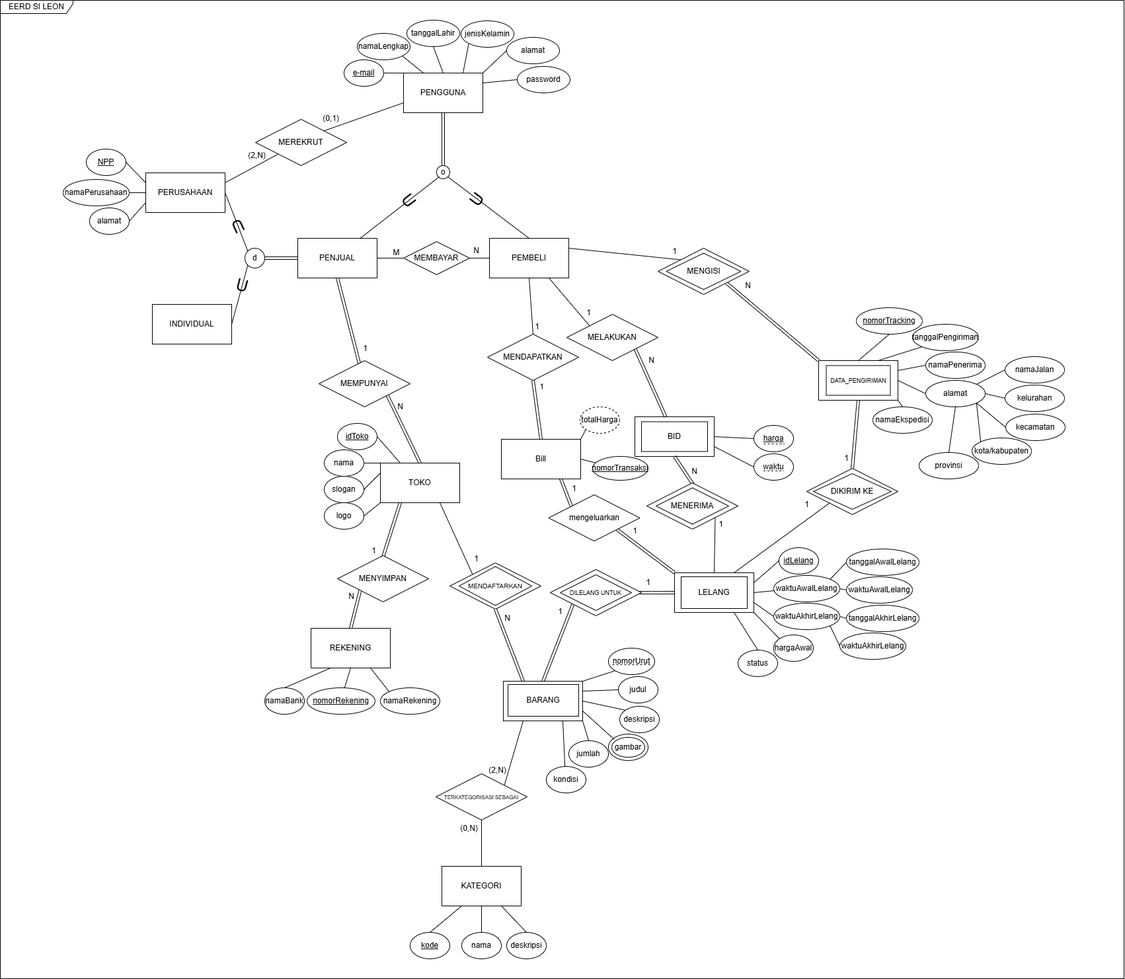
Before: ti1_basdat.drawio.png, a diagram exported from draw.io (anthef/anthef). Source tidied: cells renumbered, new cells last; positions are measured from the earlier drawing's top-left corner, leaving out a move shared by most shapes.
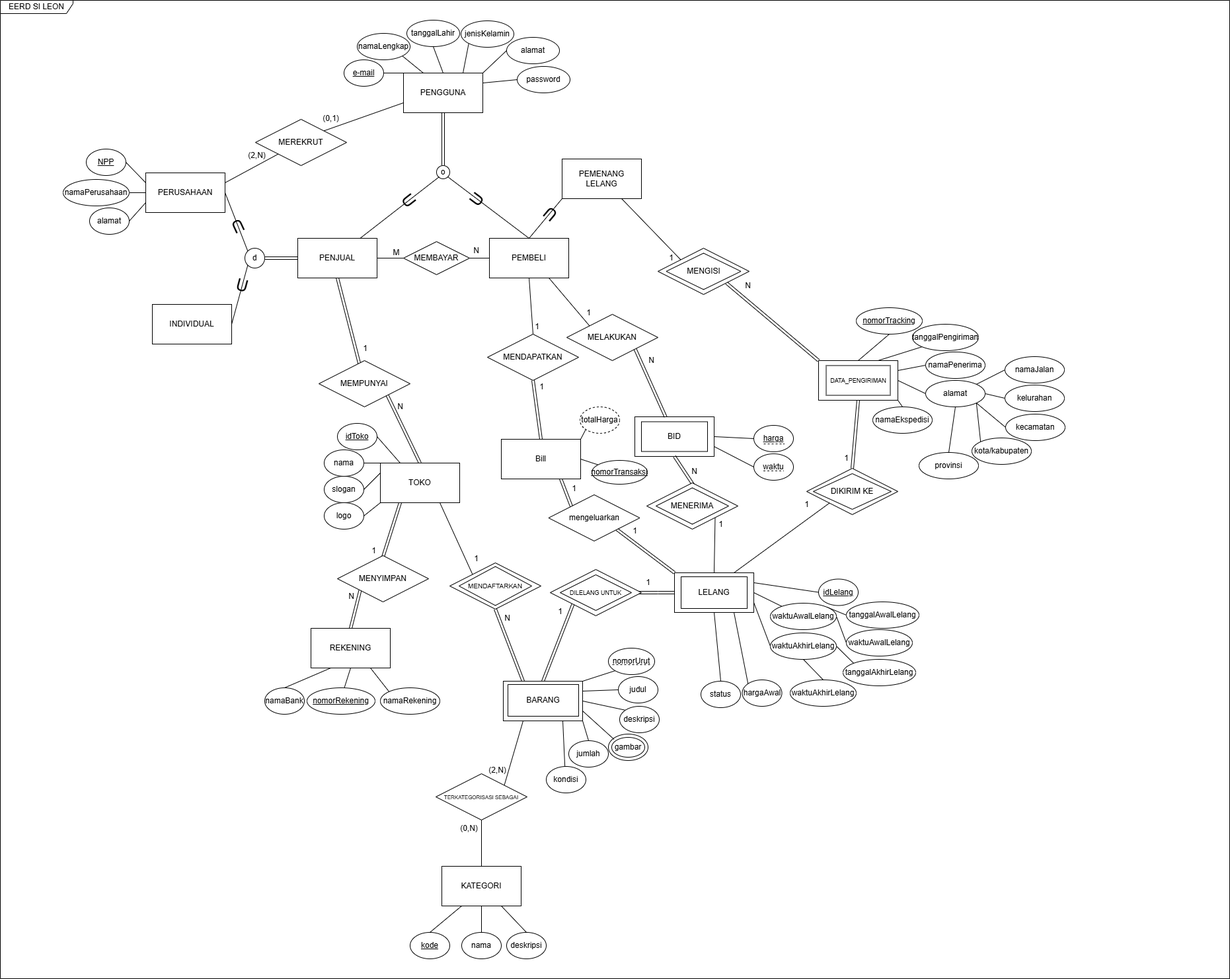
The same diagram one commit later.

Change to the diagram source:
```diff
@@ -314,9 +314,9 @@
       <mxGeometry relative="1" as="geometry" />
     </mxCell>
     <mxCell id="104" value="&lt;u&gt;idLelang&lt;/u&gt;" style="ellipse;whiteSpace=wrap;html=1;" parent="1" vertex="1">
-      <mxGeometry x="1178" y="828" width="60" height="40" as="geometry" />
+      <mxGeometry x="1238" y="875.5" width="60" height="40" as="geometry" />
     </mxCell>
-    <mxCell id="105" style="rounded=0;jettySize=auto;html=1;exitX=0.75;exitY=1;exitDx=0;exitDy=0;entryX=0.5;entryY=0;entryDx=0;entryDy=0;endArrow=none;startFill=0;" parent="1" edge="1" source="112" target="118">
+    <mxCell id="105" style="rounded=0;jettySize=auto;html=1;exitX=0.5;exitY=1;exitDx=0;exitDy=0;entryX=0.5;entryY=0;entryDx=0;entryDy=0;endArrow=none;startFill=0;" parent="1" edge="1" source="112" target="118">
       <mxGeometry relative="1" as="geometry" />
     </mxCell>
     <mxCell id="106" style="rounded=0;jettySize=auto;html=1;exitX=1;exitY=0;exitDx=0;exitDy=0;entryX=0;entryY=0.5;entryDx=0;entryDy=0;endArrow=none;startFill=0;" parent="1" edge="1" source="109" target="119">
@@ -329,7 +329,7 @@
       <mxGeometry relative="1" as="geometry" />
     </mxCell>
     <mxCell id="109" value="waktuAwalLelang" style="ellipse;whiteSpace=wrap;html=1;" parent="1" vertex="1">
-      <mxGeometry x="1170" y="870" width="100" height="40" as="geometry" />
+      <mxGeometry x="1165" y="912" width="100" height="40" as="geometry" />
     </mxCell>
     <mxCell id="110" style="rounded=0;jettySize=auto;html=1;exitX=0;exitY=0;exitDx=0;exitDy=0;entryX=1;entryY=1;entryDx=0;entryDy=0;endArrow=none;startFill=0;shape=link;" parent="1" edge="1" source="112" target="169">
       <mxGeometry relative="1" as="geometry" />
@@ -340,35 +340,35 @@
     <mxCell id="112" value="LELANG" style="rounded=0;whiteSpace=wrap;html=1;" parent="1" vertex="1">
       <mxGeometry x="1020" y="866" width="120" height="60" as="geometry" />
     </mxCell>
-    <mxCell id="113" style="rounded=0;jettySize=auto;html=1;exitX=1;exitY=1;exitDx=0;exitDy=0;entryX=0;entryY=0.5;entryDx=0;entryDy=0;endArrow=none;startFill=0;" parent="1" edge="1" source="115" target="122">
+    <mxCell id="113" style="rounded=0;jettySize=auto;html=1;exitX=0.5;exitY=1;exitDx=0;exitDy=0;entryX=0.5;entryY=0;entryDx=0;entryDy=0;endArrow=none;startFill=0;" parent="1" edge="1" source="115" target="122">
       <mxGeometry relative="1" as="geometry" />
     </mxCell>
-    <mxCell id="114" style="rounded=0;jettySize=auto;html=1;exitX=1;exitY=0.5;exitDx=0;exitDy=0;entryX=0;entryY=0.5;entryDx=0;entryDy=0;endArrow=none;startFill=0;" parent="1" edge="1" source="115" target="121">
+    <mxCell id="114" style="rounded=0;jettySize=auto;html=1;exitX=1;exitY=0.5;exitDx=0;exitDy=0;endArrow=none;startFill=0;entryX=0;entryY=0;entryDx=0;entryDy=0;" parent="1" edge="1" source="115" target="121">
       <mxGeometry relative="1" as="geometry" />
     </mxCell>
     <mxCell id="115" value="waktuAkhirLelang" style="ellipse;whiteSpace=wrap;html=1;" parent="1" vertex="1">
-      <mxGeometry x="1170" y="912" width="100" height="40" as="geometry" />
+      <mxGeometry x="1165" y="957" width="100" height="40" as="geometry" />
     </mxCell>
-    <mxCell id="116" style="rounded=0;jettySize=auto;html=1;exitX=1;exitY=1;exitDx=0;exitDy=0;entryX=0;entryY=0;entryDx=0;entryDy=0;endArrow=none;startFill=0;" parent="1" edge="1" source="112" target="117">
+    <mxCell id="116" style="rounded=0;jettySize=auto;html=1;exitX=0.75;exitY=1;exitDx=0;exitDy=0;entryX=0;entryY=0;entryDx=0;entryDy=0;endArrow=none;startFill=0;" parent="1" edge="1" source="112" target="117">
       <mxGeometry relative="1" as="geometry" />
     </mxCell>
     <mxCell id="117" value="hargaAwal" style="ellipse;whiteSpace=wrap;html=1;" parent="1" vertex="1">
-      <mxGeometry x="1170" y="960" width="60" height="40" as="geometry" />
+      <mxGeometry x="1122.5" y="1028" width="60" height="40" as="geometry" />
     </mxCell>
     <mxCell id="118" value="status" style="ellipse;whiteSpace=wrap;html=1;" parent="1" vertex="1">
-      <mxGeometry x="1116" y="983" width="60" height="40" as="geometry" />
+      <mxGeometry x="1060" y="1030" width="60" height="40" as="geometry" />
     </mxCell>
     <mxCell id="119" value="tanggalAwalLelang" style="ellipse;whiteSpace=wrap;html=1;" parent="1" vertex="1">
-      <mxGeometry x="1280" y="830" width="110" height="40" as="geometry" />
+      <mxGeometry x="1280" y="910" width="110" height="40" as="geometry" />
     </mxCell>
     <mxCell id="120" value="&lt;span&gt;waktuAwalLelang&lt;/span&gt;" style="ellipse;whiteSpace=wrap;html=1;fontStyle=0;" parent="1" vertex="1">
-      <mxGeometry x="1280" y="872" width="100" height="40" as="geometry" />
+      <mxGeometry x="1280" y="952" width="100" height="40" as="geometry" />
     </mxCell>
     <mxCell id="121" value="tanggalAkhirLelang" style="ellipse;whiteSpace=wrap;html=1;" parent="1" vertex="1">
-      <mxGeometry x="1280" y="915" width="110" height="40" as="geometry" />
+      <mxGeometry x="1275" y="997" width="110" height="40" as="geometry" />
     </mxCell>
     <mxCell id="122" value="waktuAkhirLelang" style="ellipse;whiteSpace=wrap;html=1;" parent="1" vertex="1">
-      <mxGeometry x="1270" y="957" width="100" height="40" as="geometry" />
+      <mxGeometry x="1195" y="1028" width="100" height="40" as="geometry" />
     </mxCell>
     <mxCell id="123" value="1" style="text;html=1;align=center;verticalAlign=middle;strokeColor=none;fillColor=none;" parent="1" vertex="1">
       <mxGeometry x="832" y="910" width="30" height="30" as="geometry" />
@@ -497,12 +497,12 @@
       <mxGeometry x="995" y="375" width="138" height="70" as="geometry" />
     </mxCell>
     <mxCell id="165" value="1" style="text;html=1;align=center;verticalAlign=middle;strokeColor=none;fillColor=none;" parent="1" vertex="1">
-      <mxGeometry x="1005" y="365" width="30" height="30" as="geometry" />
+      <mxGeometry x="1000" y="375" width="30" height="30" as="geometry" />
     </mxCell>
     <mxCell id="166" value="N" style="text;html=1;align=center;verticalAlign=middle;strokeColor=none;fillColor=none;" parent="1" vertex="1">
       <mxGeometry x="1116" y="417" width="30" height="30" as="geometry" />
     </mxCell>
-    <mxCell id="167" style="rounded=0;jettySize=auto;html=1;exitX=1;exitY=0.25;exitDx=0;exitDy=0;entryX=0;entryY=0;entryDx=0;entryDy=0;endArrow=none;startFill=0;" parent="1" edge="1" source="23" target="164">
+    <mxCell id="167" style="rounded=0;jettySize=auto;html=1;exitX=0.75;exitY=1;exitDx=0;exitDy=0;entryX=0;entryY=0;entryDx=0;entryDy=0;endArrow=none;startFill=0;" parent="1" edge="1" source="205" target="164">
       <mxGeometry relative="1" as="geometry" />
     </mxCell>
     <mxCell id="168" style="rounded=0;jettySize=auto;html=1;exitX=0;exitY=0;exitDx=0;exitDy=0;entryX=0.75;entryY=1;entryDx=0;entryDy=0;endArrow=none;startFill=0;shape=link;" parent="1" edge="1" source="169" target="172">
@@ -542,7 +542,7 @@
       <mxGeometry x="804" y="570" width="30" height="30" as="geometry" />
     </mxCell>
     <mxCell id="180" value="EERD SI LEON" style="shape=umlFrame;whiteSpace=wrap;html=1;width=110;height=20;" parent="1" vertex="1">
-      <mxGeometry width="1700" height="1480" as="geometry" />
+      <mxGeometry width="1860" height="1480" as="geometry" />
     </mxCell>
     <mxCell id="181" value="&lt;font style=&quot;font-size: 10px;&quot;&gt;MENDAFTARKAN&lt;/font&gt;" style="rhombus;whiteSpace=wrap;html=1;" parent="1" vertex="1">
       <mxGeometry x="694" y="856.5" width="110" height="59" as="geometry" />
@@ -581,7 +581,7 @@
       <mxGeometry x="945" y="788" width="30" height="30" as="geometry" />
     </mxCell>
     <mxCell id="190" value="&lt;u&gt;nomorTransaksi&lt;/u&gt;" style="ellipse;whiteSpace=wrap;html=1;" parent="1" vertex="1">
-      <mxGeometry x="896" y="690" width="84" height="36" as="geometry" />
+      <mxGeometry x="895" y="696" width="84" height="36" as="geometry" />
     </mxCell>
     <mxCell id="191" value="MENDAPATKAN" style="rhombus;whiteSpace=wrap;html=1;" parent="1" vertex="1">
       <mxGeometry x="737" y="505" width="138" height="70" as="geometry" />
@@ -622,5 +622,14 @@
     <mxCell id="203" value="&lt;font style=&quot;font-size: 9px;&quot;&gt;DILELANG UNTUK&lt;/font&gt;" style="rhombus;whiteSpace=wrap;html=1;" parent="1" vertex="1">
       <mxGeometry x="847" y="869" width="108" height="54" as="geometry" />
     </mxCell>
+    <mxCell id="204" style="rounded=0;jettySize=auto;html=1;exitX=0;exitY=1;exitDx=0;exitDy=0;entryX=0.5;entryY=0;entryDx=0;entryDy=0;endArrow=none;startFill=0;" parent="1" edge="1" source="205" target="23">
+      <mxGeometry relative="1" as="geometry" />
+    </mxCell>
+    <mxCell id="205" value="PEMENANG LELANG" style="rounded=0;whiteSpace=wrap;html=1;" parent="1" vertex="1">
+      <mxGeometry x="850" y="240" width="120" height="60" as="geometry" />
+    </mxCell>
+    <mxCell id="206" value="&lt;font style=&quot;font-size: 25px;&quot;&gt;U&lt;/font&gt;" style="text;html=1;align=center;verticalAlign=middle;strokeColor=none;fillColor=none;rotation=-140;" parent="1" vertex="1">
+      <mxGeometry x="812" y="305" width="40" height="40" as="geometry" />
+    </mxCell>
   </root>
 </mxGraphModel>
```
